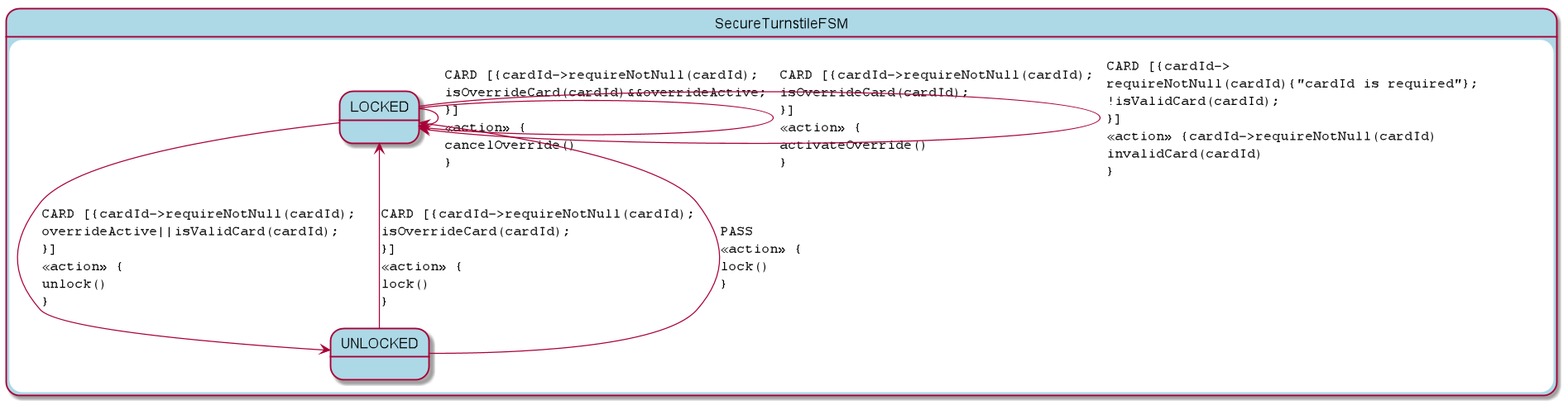
This is src/docs/asciidoc/secure_turnstile_detail.png from open-jumpco/kfsm, a PlantUML export, as it was before one commit.
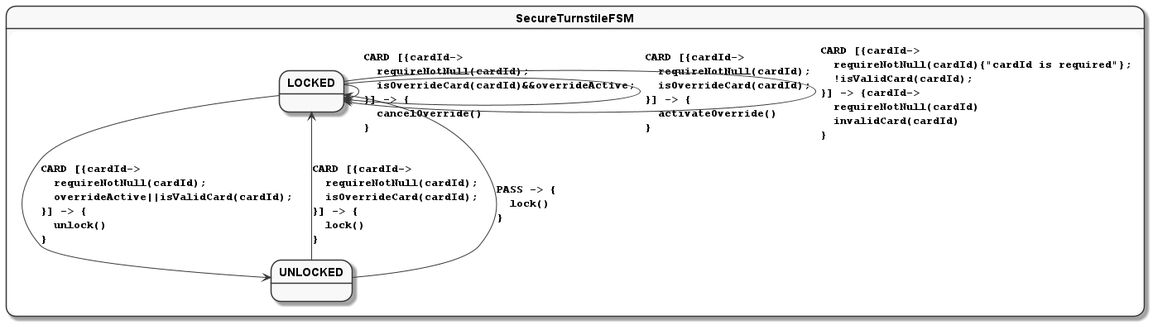
After the change.

Diff of the diagram source:
```diff
@@ -1,15 +1,18 @@
 @startuml
+skinparam monochrome true
 skinparam StateFontName Helvetica
 skinparam defaultFontName Monospaced
+skinparam defaultFontStyle Bold
 skinparam state {
-    BackgroundColor LightBlue
+    FontColor Black
+    FontStyle Bold
 }
 state SecureTurnstileFSM {
-LOCKED --> LOCKED : CARD [{cardId->requireNotNull(cardId);\lisOverrideCard(cardId)&&overrideActive;\l}]\l<<action>> {\lcancelOverride()\l}
-LOCKED --> LOCKED : CARD [{cardId->requireNotNull(cardId);\lisOverrideCard(cardId);\l}]\l<<action>> {\lactivateOverride()\l}
-LOCKED --> UNLOCKED : CARD [{cardId->requireNotNull(cardId);\loverrideActive||isValidCard(cardId);\l}]\l<<action>> {\lunlock()\l}
-LOCKED --> LOCKED : CARD [{cardId->\lrequireNotNull(cardId){"cardId is required"};\l!isValidCard(cardId);\l}]\l<<action>> {cardId->requireNotNull(cardId)\linvalidCard(cardId)\l}
-UNLOCKED --> LOCKED : CARD [{cardId->requireNotNull(cardId);\lisOverrideCard(cardId);\l}]\l<<action>> {\llock()\l}
-UNLOCKED --> LOCKED : PASS\l<<action>> {\llock()\l}
+LOCKED --> LOCKED : CARD [{cardId->\l  requireNotNull(cardId);\l  isOverrideCard(cardId)&&overrideActive;\l}] -> {\l  cancelOverride()\l}
+LOCKED --> LOCKED : CARD [{cardId->\l  requireNotNull(cardId);\l  isOverrideCard(cardId);\l}] -> {\l  activateOverride()\l}
+LOCKED --> UNLOCKED : CARD [{cardId->\l  requireNotNull(cardId);\l  overrideActive||isValidCard(cardId);\l}] -> {\l  unlock()\l}
+LOCKED --> LOCKED : CARD [{cardId->\l  requireNotNull(cardId){"cardId is required"};\l  !isValidCard(cardId);\l}] -> {cardId->\l  requireNotNull(cardId)\l  invalidCard(cardId)\l}
+UNLOCKED --> LOCKED : CARD [{cardId->\l  requireNotNull(cardId);\l  isOverrideCard(cardId);\l}] -> {\l  lock()\l}
+UNLOCKED --> LOCKED : PASS -> {\l  lock()\l}
 }
 @enduml
```
